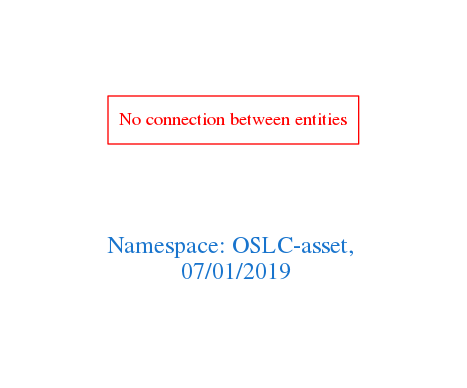
This is downloads/OSLC-asset.png from arago/OGIT, a Graphviz export, as it was before one commit. Its source is kept beside it as downloads/OSLC-asset.dot.
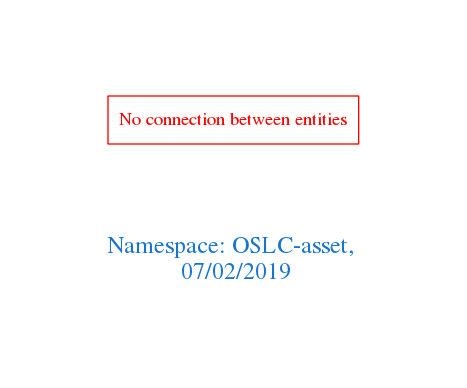
The same file after the commit.

The edit, as a diff of the source:
```diff
@@ -1,7 +1,7 @@
 digraph OGIT_ontology {
  graph [ rankdir= LR,pad=1
 fontsize = 18,
-fontcolor= dodgerblue3,label = "\n\n\nNamespace: OSLC-asset, \n 07/01/2019"];
+fontcolor= dodgerblue3,label = "\n\n\nNamespace: OSLC-asset, \n 07/02/2019"];
 node[shape=polygon];
 edge [  color="gray81"];
 
```
